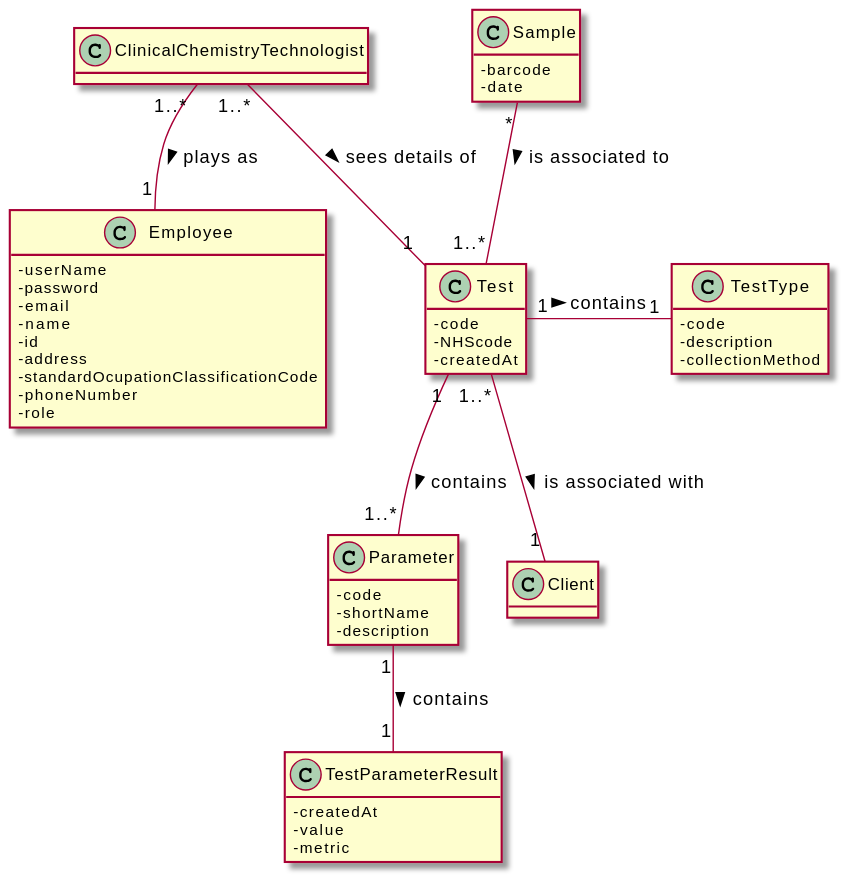
RuiRioPina/LAPR2-20-21 keeps this PlantUML diagram as docs/SprintD/US_13/US13-DM.svg. Above is the earlier version. Source of this version:
```plantuml
@startuml
hide methods
skinparam classAttributeIconSize 0


class TestParameterResult {
  -createdAt
  -value
  -metric
}


class Parameter {
  -code
  -shortName
  -description
}


class Test {
  -code
  -NHScode
  -createdAt
}

class ClinicalChemistryTechnologist {

}

class Employee {
-userName
-password
-email
-name
-id
-address
-standardOcupationClassificationCode
-phoneNumber
-role
}

class TestType {
  -code
  -description
  -collectionMethod

}

class Sample {
-barcode
-date
}

Test "1" -r- "1" TestType :> contains
Test "1" -d- "1..*" Parameter :> contains
Sample "*" -- "1..*" Test: is associated to >
Parameter "1" -- "1" TestParameterResult: contains >
Test "1..*" -- "1" Client : is associated with >
ClinicalChemistryTechnologist "1..*" -- "1" Test : sees details of >
ClinicalChemistryTechnologist "1..*" -- "1" Employee : plays as >
@enduml
```
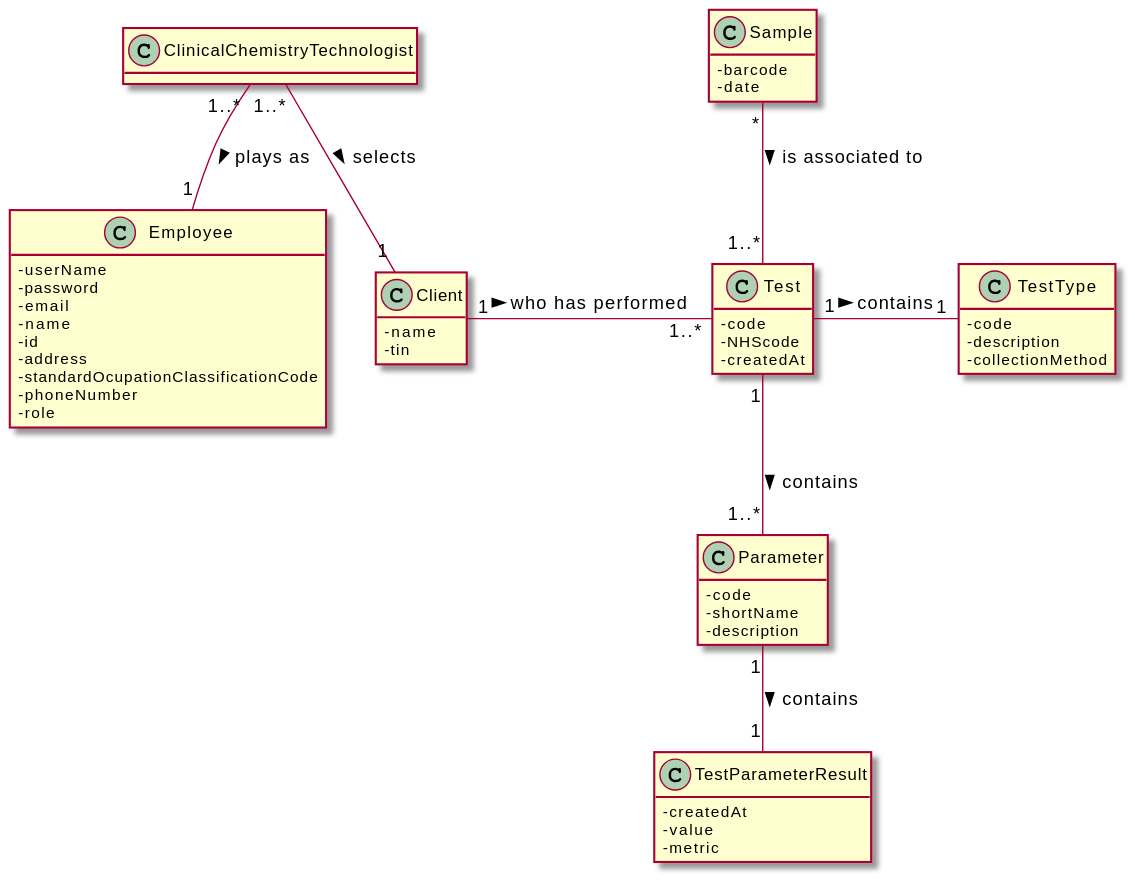
After the commit.

What changed in the source:
```diff
@@ -23,8 +23,9 @@
   -createdAt
 }
 
-class ClinicalChemistryTechnologist {
-
+class Client{
+ -name
+ -tin
 }
 
 class Employee {
@@ -55,7 +56,7 @@
 Test "1" -d- "1..*" Parameter :> contains
 Sample "*" -- "1..*" Test: is associated to >
 Parameter "1" -- "1" TestParameterResult: contains >
-Test "1..*" -- "1" Client : is associated with >
-ClinicalChemistryTechnologist "1..*" -- "1" Test : sees details of >
+Client "1*" -r- "1..*" Test: who has performed  >
+ClinicalChemistryTechnologist "1..*" -- "1" Client : selects >
 ClinicalChemistryTechnologist "1..*" -- "1" Employee : plays as >
 @enduml
```
